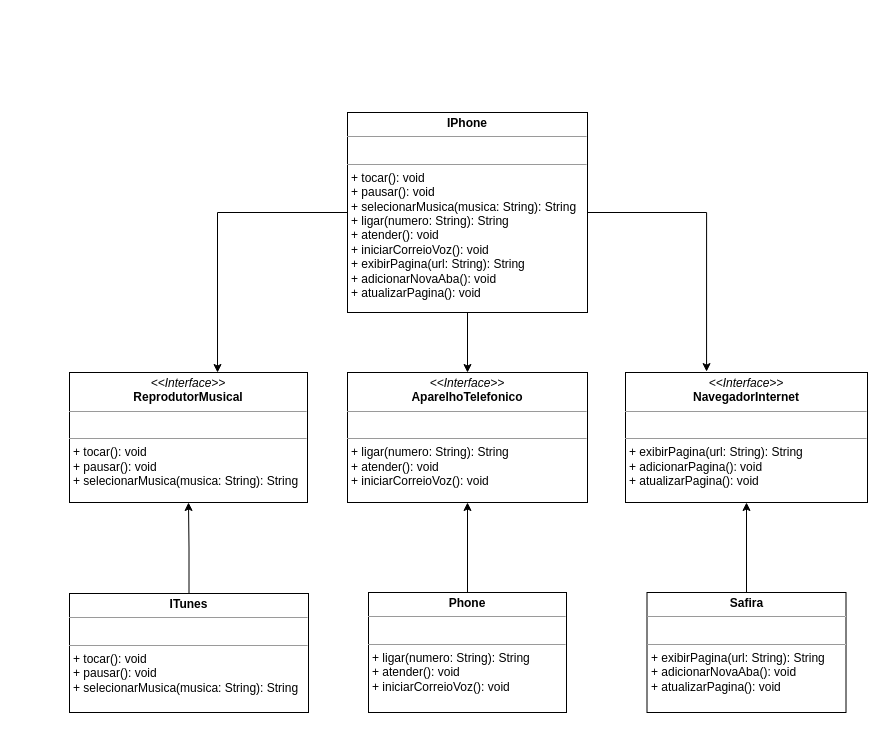
FabioCantuario/Desafio-DIO-POO keeps this draw.io diagram as UML/Desafio_DIO.drawio. Above is the earlier version. Source tidied: cells renumbered, new cells numbered last; positions are measured from the earlier drawing's top-left corner, leaving out a move shared by most shapes. Both pictures are drawn from the tidied source at 100%, with x=0, y=0 at pixel (69, 112).
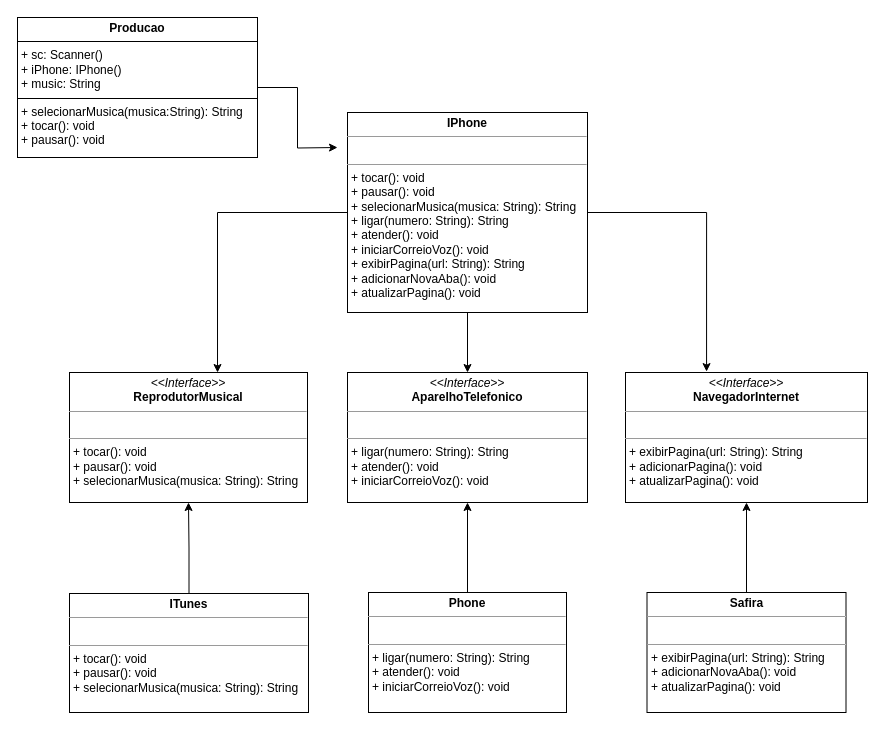
After the change.

Change to the diagram source:
```diff
@@
 <mxGraphModel>
   <root>
     <mxCell id="0" />
     <mxCell id="1" parent="0" />
     <mxCell id="2" value="&lt;p style=&quot;margin:0px;margin-top:4px;text-align:center;&quot;&gt;&lt;i&gt;&amp;lt;&amp;lt;Interface&amp;gt;&amp;gt;&lt;/i&gt;&lt;br&gt;&lt;b&gt;ReprodutorMusical&lt;/b&gt;&lt;br&gt;&lt;/p&gt;&lt;hr size=&quot;1&quot;&gt;&lt;p style=&quot;margin:0px;margin-left:4px;&quot;&gt;&lt;br&gt;&lt;/p&gt;&lt;hr size=&quot;1&quot;&gt;&lt;p style=&quot;margin: 0px 0px 0px 4px;&quot;&gt;+ tocar(): void&lt;/p&gt;&lt;p style=&quot;margin: 0px 0px 0px 4px;&quot;&gt;+ pausar(): void&lt;br&gt;&lt;/p&gt;&lt;p style=&quot;margin: 0px 0px 0px 4px;&quot;&gt;+ selecionarMusica(musica: String): String&lt;/p&gt;" style="verticalAlign=top;align=left;overflow=fill;fontSize=12;fontFamily=Helvetica;html=1;whiteSpace=wrap;" parent="1" vertex="1">
       <mxGeometry y="260" width="238" height="130" as="geometry" />
     </mxCell>
     <mxCell id="3" value="&lt;p style=&quot;margin:0px;margin-top:4px;text-align:center;&quot;&gt;&lt;i&gt;&amp;lt;&amp;lt;Interface&amp;gt;&amp;gt;&lt;/i&gt;&lt;br&gt;&lt;b&gt;AparelhoTelefonico&lt;/b&gt;&lt;br&gt;&lt;/p&gt;&lt;hr size=&quot;1&quot;&gt;&lt;p style=&quot;margin:0px;margin-left:4px;&quot;&gt;&lt;br&gt;&lt;/p&gt;&lt;hr size=&quot;1&quot;&gt;&lt;p style=&quot;margin: 0px 0px 0px 4px;&quot;&gt;+ ligar(numero: String): String&lt;/p&gt;&lt;p style=&quot;margin: 0px 0px 0px 4px;&quot;&gt;+ atender(): void&lt;br&gt;&lt;/p&gt;&lt;p style=&quot;margin: 0px 0px 0px 4px;&quot;&gt;+ iniciarCorreioVoz(): void&lt;/p&gt;" style="verticalAlign=top;align=left;overflow=fill;fontSize=12;fontFamily=Helvetica;html=1;whiteSpace=wrap;" parent="1" vertex="1">
       <mxGeometry x="278" y="260" width="240" height="130" as="geometry" />
     </mxCell>
     <mxCell id="4" value="&lt;p style=&quot;margin:0px;margin-top:4px;text-align:center;&quot;&gt;&lt;i&gt;&amp;lt;&amp;lt;Interface&amp;gt;&amp;gt;&lt;/i&gt;&lt;br&gt;&lt;b&gt;NavegadorInternet&lt;/b&gt;&lt;/p&gt;&lt;hr size=&quot;1&quot;&gt;&lt;p style=&quot;margin:0px;margin-left:4px;&quot;&gt;&lt;br&gt;&lt;/p&gt;&lt;hr size=&quot;1&quot;&gt;&lt;p style=&quot;margin:0px;margin-left:4px;&quot;&gt;+ exibirPagina(url: String): String&lt;br&gt;&lt;/p&gt;&lt;p style=&quot;margin:0px;margin-left:4px;&quot;&gt;+&amp;nbsp;adicionarPagina(): void&lt;br&gt;&lt;/p&gt;&lt;p style=&quot;margin:0px;margin-left:4px;&quot;&gt;+&amp;nbsp;atualizarPagina&lt;span style=&quot;background-color: initial;&quot;&gt;(): void&lt;/span&gt;&lt;/p&gt;&lt;p style=&quot;margin:0px;margin-left:4px;&quot;&gt;&lt;br&gt;&lt;/p&gt;" style="verticalAlign=top;align=left;overflow=fill;fontSize=12;fontFamily=Helvetica;html=1;whiteSpace=wrap;" parent="1" vertex="1">
       <mxGeometry x="556" y="260" width="242" height="130" as="geometry" />
     </mxCell>
     <mxCell id="5" style="edgeStyle=orthogonalEdgeStyle;rounded=0;jettySize=auto;html=1;entryX=0.5;entryY=0;entryDx=0;entryDy=0;" parent="1" edge="1" source="6" target="3">
       <mxGeometry relative="1" as="geometry" />
     </mxCell>
     <mxCell id="6" value="&lt;p style=&quot;margin:0px;margin-top:4px;text-align:center;&quot;&gt;&lt;b&gt;IPhone&lt;/b&gt;&lt;/p&gt;&lt;hr size=&quot;1&quot;&gt;&lt;p style=&quot;margin:0px;margin-left:4px;&quot;&gt;&lt;br&gt;&lt;/p&gt;&lt;hr size=&quot;1&quot;&gt;&lt;p style=&quot;margin: 0px 0px 0px 4px;&quot;&gt;+ tocar(): void&lt;/p&gt;&lt;p style=&quot;margin: 0px 0px 0px 4px;&quot;&gt;+ pausar(): void&lt;br&gt;&lt;/p&gt;&lt;p style=&quot;margin: 0px 0px 0px 4px;&quot;&gt;+ selecionarMusica(musica: String): String&lt;/p&gt;&lt;p style=&quot;margin: 0px 0px 0px 4px;&quot;&gt;+ ligar(numero: String): String&lt;/p&gt;&lt;p style=&quot;margin: 0px 0px 0px 4px;&quot;&gt;+ atender(): void&lt;br&gt;&lt;/p&gt;&lt;p style=&quot;margin: 0px 0px 0px 4px;&quot;&gt;+ iniciarCorreioVoz(): void&lt;/p&gt;&lt;p style=&quot;margin: 0px 0px 0px 4px;&quot;&gt;+ exibirPagina(url: String): String&lt;/p&gt;&lt;p style=&quot;border-color: var(--border-color); margin: 0px 0px 0px 4px;&quot;&gt;+ adicionarNovaAba(): void&lt;/p&gt;&lt;p style=&quot;border-color: var(--border-color); margin: 0px 0px 0px 4px;&quot;&gt;+ atualizarPagina(): void&lt;/p&gt;" style="verticalAlign=top;align=left;overflow=fill;fontSize=12;fontFamily=Helvetica;html=1;whiteSpace=wrap;" parent="1" vertex="1">
       <mxGeometry x="278" width="240" height="200" as="geometry" />
     </mxCell>
     <mxCell id="7" style="edgeStyle=orthogonalEdgeStyle;rounded=0;jettySize=auto;html=1;" parent="1" edge="1" source="8" target="2">
       <mxGeometry relative="1" as="geometry" />
     </mxCell>
     <mxCell id="8" value="&lt;p style=&quot;margin:0px;margin-top:4px;text-align:center;&quot;&gt;&lt;b&gt;ITunes&lt;/b&gt;&lt;/p&gt;&lt;hr size=&quot;1&quot;&gt;&lt;p style=&quot;margin:0px;margin-left:4px;&quot;&gt;&lt;br&gt;&lt;/p&gt;&lt;hr size=&quot;1&quot;&gt;&lt;p style=&quot;margin:0px;margin-left:4px;&quot;&gt;+ tocar(): void&lt;/p&gt;&lt;p style=&quot;margin:0px;margin-left:4px;&quot;&gt;+ pausar(): void&lt;br&gt;&lt;/p&gt;&lt;p style=&quot;margin:0px;margin-left:4px;&quot;&gt;+ selecionarMusica(musica: String): String&lt;br&gt;&lt;/p&gt;" style="verticalAlign=top;align=left;overflow=fill;fontSize=12;fontFamily=Helvetica;html=1;whiteSpace=wrap;" parent="1" vertex="1">
       <mxGeometry y="481" width="239" height="119" as="geometry" />
     </mxCell>
     <mxCell id="9" style="edgeStyle=orthogonalEdgeStyle;rounded=0;jettySize=auto;html=1;" parent="1" edge="1" source="10" target="3">
       <mxGeometry relative="1" as="geometry" />
     </mxCell>
     <mxCell id="10" value="&lt;p style=&quot;margin:0px;margin-top:4px;text-align:center;&quot;&gt;&lt;b&gt;Phone&lt;/b&gt;&lt;/p&gt;&lt;hr size=&quot;1&quot;&gt;&lt;p style=&quot;margin:0px;margin-left:4px;&quot;&gt;&lt;br&gt;&lt;/p&gt;&lt;hr size=&quot;1&quot;&gt;&lt;p style=&quot;margin:0px;margin-left:4px;&quot;&gt;+ ligar(numero: String): String&lt;/p&gt;&lt;p style=&quot;margin:0px;margin-left:4px;&quot;&gt;+ atender(): void&lt;br&gt;&lt;/p&gt;&lt;p style=&quot;margin:0px;margin-left:4px;&quot;&gt;+ iniciarCorreioVoz(): void&lt;br&gt;&lt;/p&gt;" style="verticalAlign=top;align=left;overflow=fill;fontSize=12;fontFamily=Helvetica;html=1;whiteSpace=wrap;" parent="1" vertex="1">
       <mxGeometry x="299" y="480" width="198" height="120" as="geometry" />
     </mxCell>
     <mxCell id="11" style="edgeStyle=orthogonalEdgeStyle;rounded=0;jettySize=auto;html=1;" parent="1" edge="1" source="12" target="4">
       <mxGeometry relative="1" as="geometry" />
     </mxCell>
     <mxCell id="12" value="&lt;p style=&quot;margin:0px;margin-top:4px;text-align:center;&quot;&gt;&lt;b&gt;Safira&lt;/b&gt;&lt;/p&gt;&lt;hr size=&quot;1&quot;&gt;&lt;p style=&quot;margin:0px;margin-left:4px;&quot;&gt;&lt;br&gt;&lt;/p&gt;&lt;hr size=&quot;1&quot;&gt;&lt;p style=&quot;margin:0px;margin-left:4px;&quot;&gt;+ exibirPagina(url: String): String&lt;/p&gt;&lt;p style=&quot;border-color: var(--border-color); margin: 0px 0px 0px 4px;&quot;&gt;+ adicionarNovaAba(): void&lt;/p&gt;&lt;p style=&quot;border-color: var(--border-color); margin: 0px 0px 0px 4px;&quot;&gt;+ atualizarPagina(): void&lt;br&gt;&lt;/p&gt;&lt;p style=&quot;border-color: var(--border-color); margin: 0px 0px 0px 4px;&quot;&gt;&lt;br style=&quot;border-color: var(--border-color);&quot;&gt;&lt;/p&gt;" style="verticalAlign=top;align=left;overflow=fill;fontSize=12;fontFamily=Helvetica;html=1;whiteSpace=wrap;" parent="1" vertex="1">
       <mxGeometry x="577.5" y="480" width="199" height="120" as="geometry" />
     </mxCell>
     <mxCell id="13" style="edgeStyle=orthogonalEdgeStyle;rounded=0;jettySize=auto;html=1;entryX=0.622;entryY=0;entryDx=0;entryDy=0;entryPerimeter=0;" parent="1" edge="1" source="6" target="2">
       <mxGeometry relative="1" as="geometry" />
     </mxCell>
     <mxCell id="14" style="edgeStyle=orthogonalEdgeStyle;rounded=0;jettySize=auto;html=1;entryX=0.335;entryY=-0.007;entryDx=0;entryDy=0;entryPerimeter=0;" parent="1" edge="1" source="6" target="4">
       <mxGeometry relative="1" as="geometry" />
     </mxCell>
+    <mxCell id="15" style="edgeStyle=orthogonalEdgeStyle;rounded=0;jettySize=auto;html=1;" parent="1" edge="1" source="16">
+      <mxGeometry relative="1" as="geometry">
+        <mxPoint x="268" y="35" as="targetPoint" />
+      </mxGeometry>
+    </mxCell>
+    <mxCell id="16" value="&lt;p style=&quot;margin:0px;margin-top:4px;text-align:center;&quot;&gt;&lt;b&gt;Producao&lt;/b&gt;&lt;/p&gt;&lt;hr size=&quot;1&quot; style=&quot;border-style:solid;&quot;&gt;&lt;p style=&quot;margin:0px;margin-left:4px;&quot;&gt;+ sc: Scanner()&lt;/p&gt;&lt;p style=&quot;margin:0px;margin-left:4px;&quot;&gt;&lt;span style=&quot;background-color: initial;&quot;&gt;+ iPhone: IPhone()&lt;/span&gt;&lt;/p&gt;&lt;p style=&quot;margin:0px;margin-left:4px;&quot;&gt;+ music: String&lt;span style=&quot;background-color: initial;&quot;&gt;&lt;br&gt;&lt;/span&gt;&lt;/p&gt;&lt;hr size=&quot;1&quot; style=&quot;border-style:solid;&quot;&gt;&lt;p style=&quot;margin:0px;margin-left:4px;&quot;&gt;+ selecionarMusica(musica:String): String&lt;/p&gt;&lt;p style=&quot;margin:0px;margin-left:4px;&quot;&gt;+ tocar(): void&lt;br&gt;&lt;/p&gt;&lt;p style=&quot;margin:0px;margin-left:4px;&quot;&gt;+ pausar(): void&lt;/p&gt;" style="verticalAlign=top;align=left;overflow=fill;html=1;whiteSpace=wrap;" parent="1" vertex="1">
+      <mxGeometry x="-52" y="-95" width="240" height="140" as="geometry" />
+    </mxCell>
   </root>
 </mxGraphModel>
```
